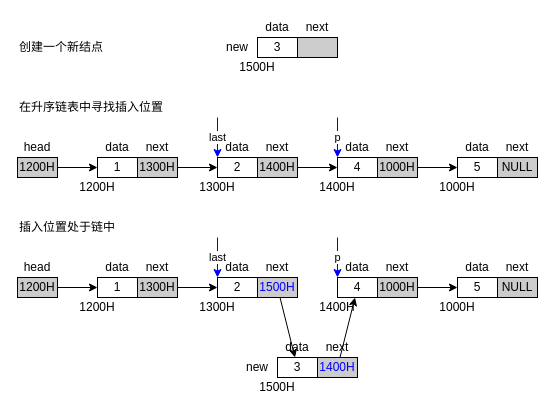
Before: page "9" (10 of 11) of images/c-struct-list.drawio in cs-course/marp-public, a draw.io diagram. Source tidied: cells renumbered, new cells numbered last; positions are measured from the earlier drawing's top-left corner, leaving out a move shared by most shapes. Both pictures are drawn from the tidied source at 100%, with x=0, y=0 at pixel (17, 17).
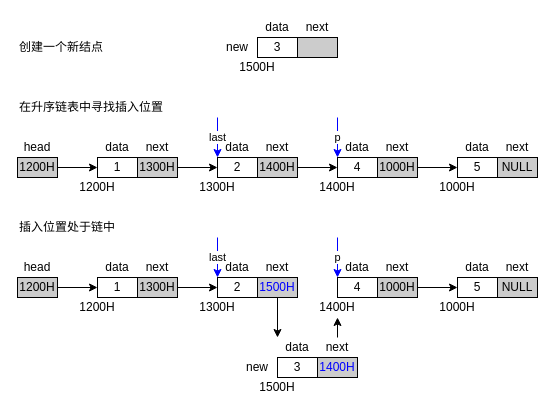
After the change.

Unchanged cells that the change refers to:
```xml
<mxCell id="6" value="&lt;font color=&quot;#0000ff&quot;&gt;1500H&lt;/font&gt;" style="rounded=0;whiteSpace=wrap;html=1;fillColor=#CCCCCC;" parent="1" vertex="1">
  <mxGeometry x="240" y="260" width="40" height="20" as="geometry" />
</mxCell>
<mxCell id="15" value="4" style="rounded=0;whiteSpace=wrap;html=1;" parent="1" vertex="1">
  <mxGeometry x="320" y="260" width="40" height="20" as="geometry" />
</mxCell>
<mxCell id="26" value="1400H" style="rounded=0;whiteSpace=wrap;html=1;fillColor=#CCCCCC;fontColor=#0000FF;" parent="1" vertex="1">
  <mxGeometry x="300" y="340" width="40" height="20" as="geometry" />
</mxCell>
<mxCell id="27" value="3" style="rounded=0;whiteSpace=wrap;html=1;" parent="1" vertex="1">
  <mxGeometry x="260" y="340" width="40" height="20" as="geometry" />
</mxCell>
<mxCell id="30" value="1400H" style="text;html=1;strokeColor=none;fillColor=none;align=center;verticalAlign=middle;whiteSpace=wrap;rounded=0;" parent="1" vertex="1">
  <mxGeometry x="300" y="280" width="40" height="20" as="geometry" />
</mxCell>
<mxCell id="35" value="data" style="text;html=1;strokeColor=none;fillColor=none;align=center;verticalAlign=middle;whiteSpace=wrap;rounded=0;" parent="1" vertex="1">
  <mxGeometry x="260" y="320" width="40" height="20" as="geometry" />
</mxCell>
<mxCell id="36" value="next" style="text;html=1;strokeColor=none;fillColor=none;align=center;verticalAlign=middle;whiteSpace=wrap;rounded=0;" parent="1" vertex="1">
  <mxGeometry x="300" y="320" width="40" height="20" as="geometry" />
</mxCell>
```

Diff of the diagram source:
```diff
@@
-    <mxCell id="33" style="endArrow=classic;html=1;" parent="1" edge="1" source="6" target="27">
+    <mxCell id="33" style="endArrow=classic;html=1;entryX=0;entryY=0;entryDx=0;entryDy=0;" parent="1" edge="1" source="6" target="35">
       <mxGeometry relative="1" as="geometry" />
     </mxCell>
-    <mxCell id="34" style="endArrow=classic;html=1;" parent="1" edge="1" source="26" target="15">
+    <mxCell id="34" style="endArrow=classic;html=1;" parent="1" edge="1" source="36" target="30">
       <mxGeometry relative="1" as="geometry" />
     </mxCell>
```
